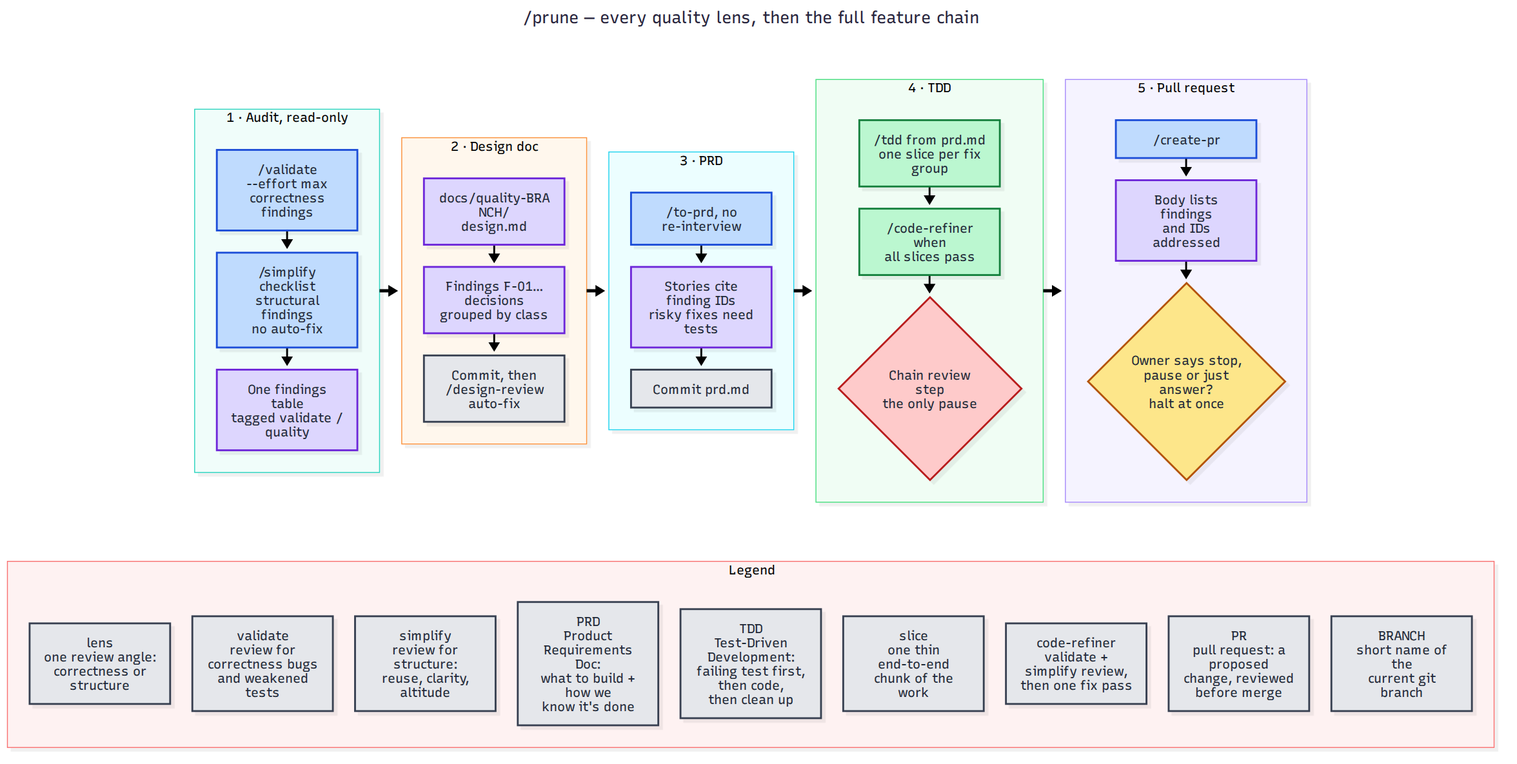
Before: docs/diagrams/generated/prune.png, a diagram exported from Mermaid (victusfate/scaffold). Its source is kept beside it as docs/diagrams/src/prune.mmd. The source it was exported from:
```mermaid
---
title: /prune — every quality lens, then the full feature chain
---
flowchart TB
  classDef owner fill:#fde68a,stroke:#b45309,color:#1f2937
  classDef orch fill:#bfdbfe,stroke:#1d4ed8,color:#1f2937
  classDef state fill:#ddd6fe,stroke:#6d28d9,color:#1f2937
  classDef lane fill:#bbf7d0,stroke:#15803d,color:#1f2937
  classDef git fill:#e5e7eb,stroke:#374151,color:#1f2937
  classDef gate fill:#fecaca,stroke:#b91c1c,color:#1f2937


  subgraph FLOW[" "]
  direction LR

  subgraph AUDIT["1 · Audit, read-only"]
    direction TB
    A1["/validate --effort max<br/>correctness findings"]:::orch
    A2["/simplify checklist<br/>structural findings<br/>no auto-fix"]:::orch
    A3["One findings table<br/>tagged validate / quality"]:::state
    A1 --> A2 --> A3
  end

  subgraph DESIGN["2 · Design doc"]
    direction TB
    D1["docs/quality-BRANCH/<br/>design.md"]:::state
    D2["Findings F-01…<br/>decisions grouped by class"]:::state
    D3["Commit, then<br/>/design-review auto-fix"]:::git
    D1 --> D2 --> D3
  end

  subgraph PRD["3 · PRD"]
    direction TB
    P1["/to-prd, no re-interview"]:::orch
    P2["Stories cite finding IDs<br/>risky fixes need tests"]:::state
    P3["Commit prd.md"]:::git
    P1 --> P2 --> P3
  end

  subgraph TDD["4 · TDD"]
    direction TB
    T1["/tdd from prd.md<br/>one slice per fix group"]:::lane
    T2["/code-refiner when<br/>all slices pass"]:::lane
    T3{"Chain review step<br/>the only pause"}:::gate
    T1 --> T2 --> T3
  end

  subgraph PR["5 · Pull request"]
    direction TB
    R1["/create-pr"]:::orch
    R2["Body lists findings<br/>and IDs addressed"]:::state
    R3{"Owner says stop,<br/>pause or just answer?<br/>halt at once"}:::owner
    R1 --> R2 --> R3
  end

  AUDIT ==> DESIGN ==> PRD ==> TDD ==> PR
  end
  style FLOW fill:none,stroke:none

  subgraph LEGEND["Legend"]
    direction LR
    L1["lens<br/>one review angle:<br/>correctness or structure"]:::git
    L2["validate<br/>review for correctness bugs<br/>and weakened tests"]:::git
    L3["simplify<br/>review for structure:<br/>reuse, clarity, altitude"]:::git
    L4["PRD<br/>Product Requirements Doc:<br/>what to build + how we<br/>know it's done"]:::git
    L5["TDD<br/>Test-Driven Development:<br/>failing test first, then code,<br/>then clean up"]:::git
    L6["slice<br/>one thin end-to-end<br/>chunk of the work"]:::git
    L7["code-refiner<br/>validate + simplify review,<br/>then one fix pass"]:::git
    L8["PR<br/>pull request: a proposed<br/>change, reviewed before merge"]:::git
    L9["BRANCH<br/>short name of the<br/>current git branch"]:::git
    L1 ~~~ L2 ~~~ L3 ~~~ L4 ~~~ L5 ~~~ L6 ~~~ L7 ~~~ L8 ~~~ L9
  end

  FLOW ~~~ LEGEND
```
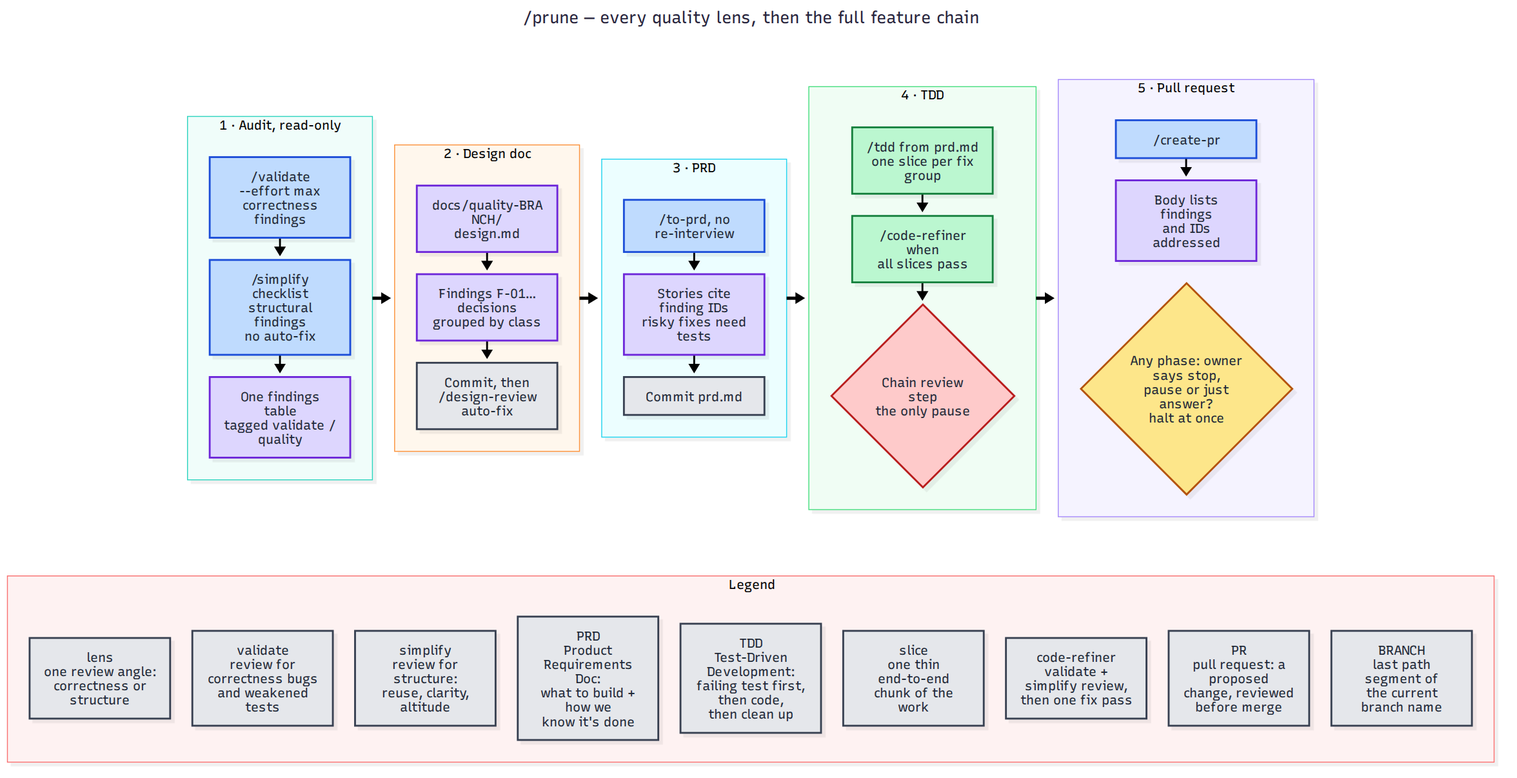
Later version of the same file.

Change to the diagram source:
```diff
@@ -49,8 +49,9 @@
     direction TB
     R1["/create-pr"]:::orch
     R2["Body lists findings<br/>and IDs addressed"]:::state
-    R3{"Owner says stop,<br/>pause or just answer?<br/>halt at once"}:::owner
-    R1 --> R2 --> R3
+    R3{"Any phase: owner says stop,<br/>pause or just answer?<br/>halt at once"}:::owner
+    R1 --> R2
+    R2 ~~~ R3
   end
 
   AUDIT ==> DESIGN ==> PRD ==> TDD ==> PR
@@ -67,7 +68,7 @@
     L6["slice<br/>one thin end-to-end<br/>chunk of the work"]:::git
     L7["code-refiner<br/>validate + simplify review,<br/>then one fix pass"]:::git
     L8["PR<br/>pull request: a proposed<br/>change, reviewed before merge"]:::git
-    L9["BRANCH<br/>short name of the<br/>current git branch"]:::git
+    L9["BRANCH<br/>last path segment of<br/>the current branch name"]:::git
     L1 ~~~ L2 ~~~ L3 ~~~ L4 ~~~ L5 ~~~ L6 ~~~ L7 ~~~ L8 ~~~ L9
   end
 
```
